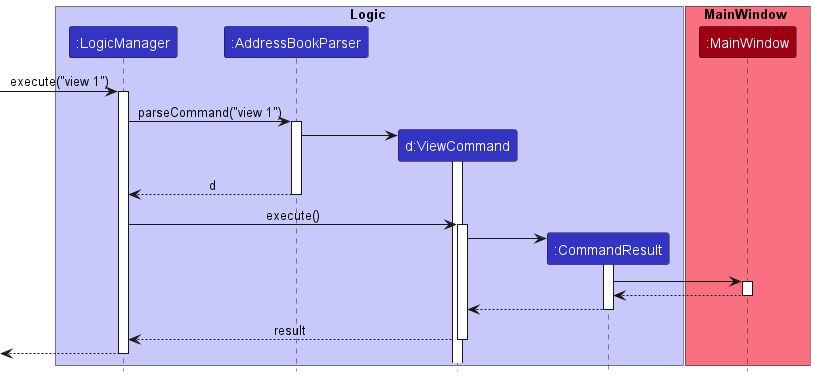
The PlantUML diagram docs/images/ViewSequenceDiagram-0.png in nus-cs2103-AY2223S2/tp, before a commit. Its diagram source:
```plantuml
@startuml
!include style.puml

box Logic LOGIC_COLOR_T1
participant ":LogicManager" as LogicManager LOGIC_COLOR
participant ":AddressBookParser" as AddressBookParser LOGIC_COLOR
participant "d:ViewCommand" as viewCommand LOGIC_COLOR
participant ":CommandResult" as CommandResult LOGIC_COLOR
end box

box MainWindow MODEL_COLOR_T1
participant ":MainWindow" as MainWindow MODEL_COLOR
end box

[-> LogicManager : execute("view 1")
activate LogicManager

LogicManager -> AddressBookParser : parseCommand("view 1")
activate AddressBookParser

create viewCommand
AddressBookParser -> viewCommand
activate viewCommand


AddressBookParser --> LogicManager : d
deactivate AddressBookParser

LogicManager -> viewCommand : execute()
activate viewCommand

create CommandResult
viewCommand -> CommandResult
activate CommandResult

CommandResult -> MainWindow :
activate MainWindow

MainWindow --> CommandResult
deactivate MainWindow


CommandResult --> viewCommand
deactivate CommandResult

viewCommand --> LogicManager : result
deactivate viewCommand

[<--LogicManager
deactivate LogicManager
@enduml
```
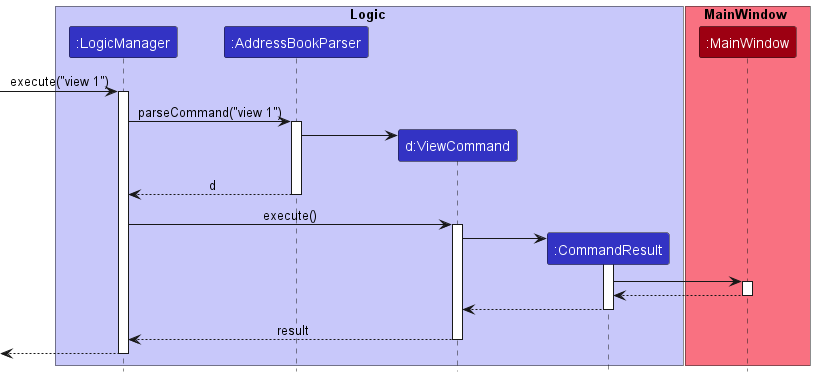
After the commit.

Commit message:
update help and view diagram in DG

Diff of the diagram source:
```diff
@@ -20,8 +20,6 @@
 
 create viewCommand
 AddressBookParser -> viewCommand
-activate viewCommand
-
 
 AddressBookParser --> LogicManager : d
 deactivate AddressBookParser
```
